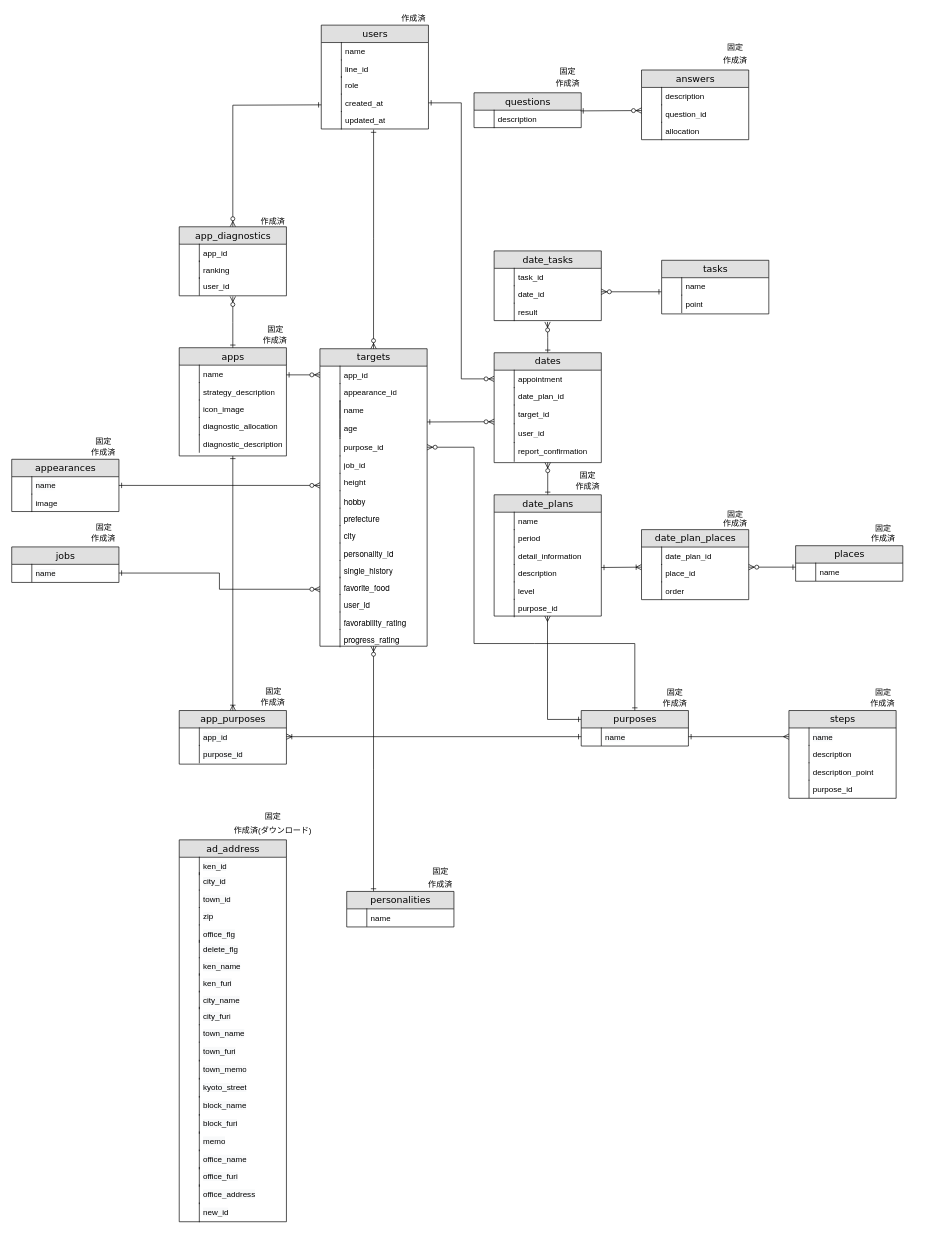
kstar0102/ryuki0102 keeps this draw.io diagram as Untitled Diagram.drawio. Above is the earlier version. Source tidied: cells renumbered, new cells numbered last; positions are measured from the earlier drawing's top-left corner, leaving out a move shared by most shapes. Both pictures are drawn from the tidied source at 67%, with x=0, y=0 at pixel (11, 11).
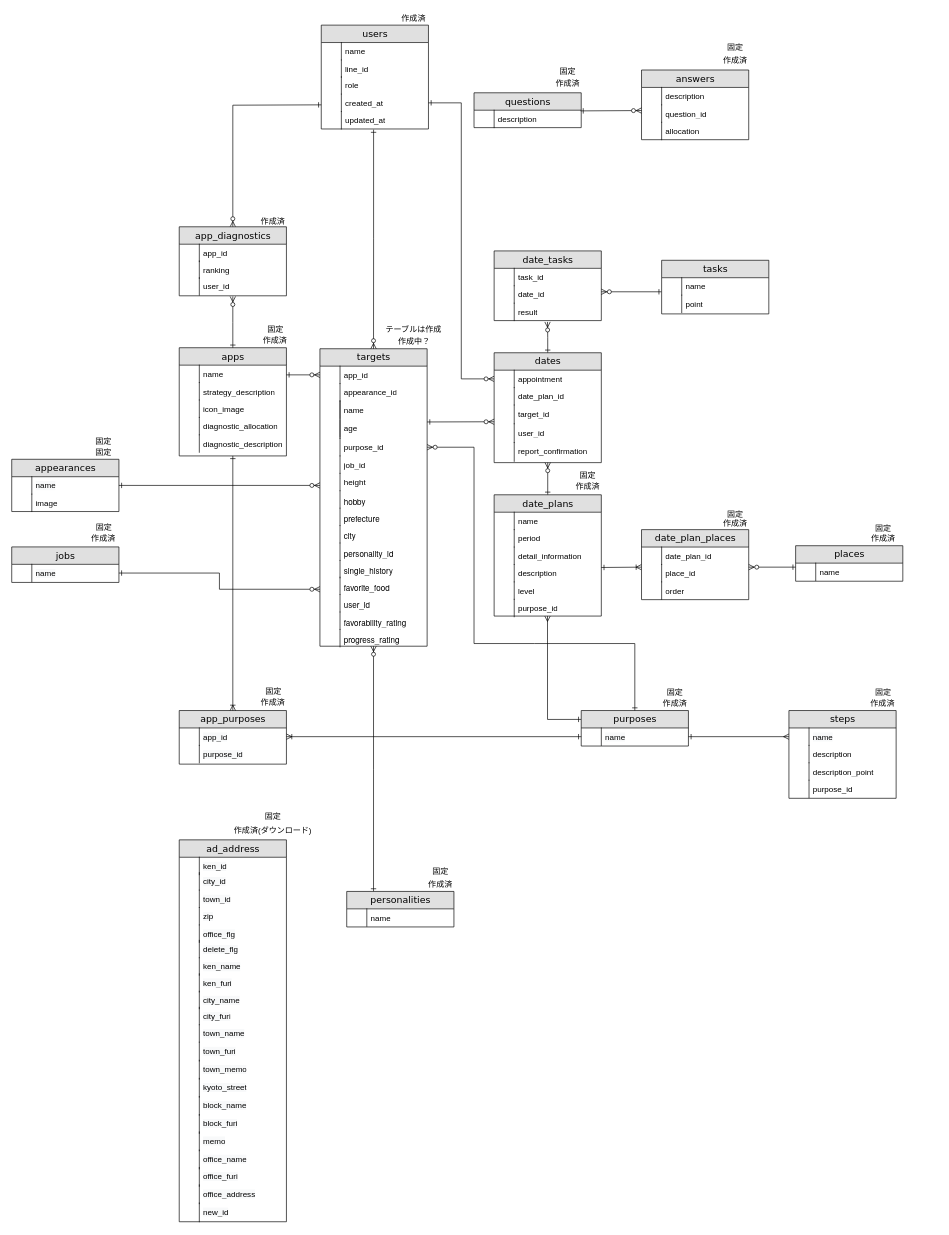
The same diagram, later.

The edit, as a diff of the source:
```diff
@@
-    <mxCell id="240" value="作成済" style="text;html=1;strokeColor=none;fillColor=none;align=center;verticalAlign=middle;whiteSpace=wrap;rounded=0;" parent="1" vertex="1">
+    <mxCell id="240" value="固定" style="text;html=1;strokeColor=none;fillColor=none;align=center;verticalAlign=middle;whiteSpace=wrap;rounded=0;" parent="1" vertex="1">
       <mxGeometry x="82" y="647.5" width="110" height="20" as="geometry" />
     </mxCell>
+    <mxCell id="241" value="テーブルは作成" style="text;html=1;strokeColor=none;fillColor=none;align=center;verticalAlign=middle;whiteSpace=wrap;rounded=0;" parent="1" vertex="1">
+      <mxGeometry x="556" y="465" width="88" height="20" as="geometry" />
+    </mxCell>
+    <mxCell id="242" value="作成中？" style="text;html=1;strokeColor=none;fillColor=none;align=center;verticalAlign=middle;whiteSpace=wrap;rounded=0;" parent="1" vertex="1">
+      <mxGeometry x="557" y="483" width="88" height="20" as="geometry" />
+    </mxCell>
```
